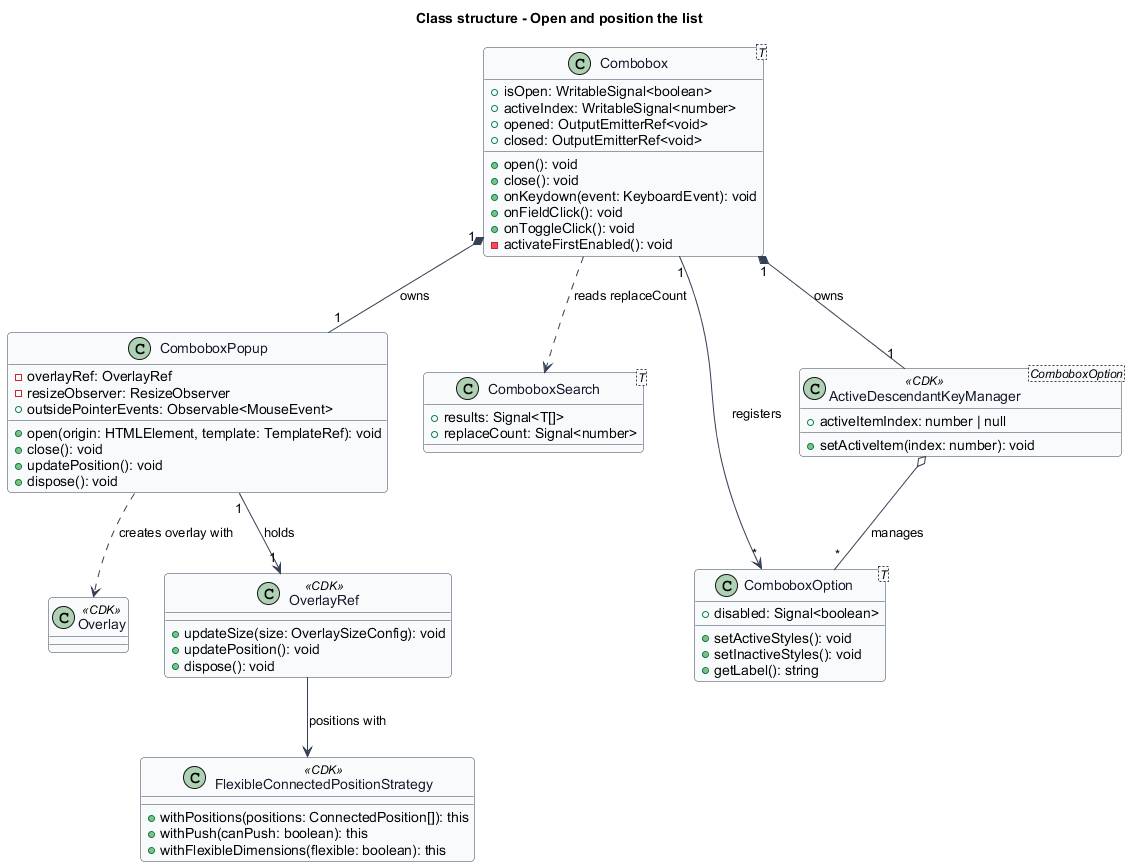
Before: docs/detailed-designs/combobox/open-and-position-list/diagrams/class-structure.png, a diagram exported from PlantUML (QuinntyneBrown/Tessera).
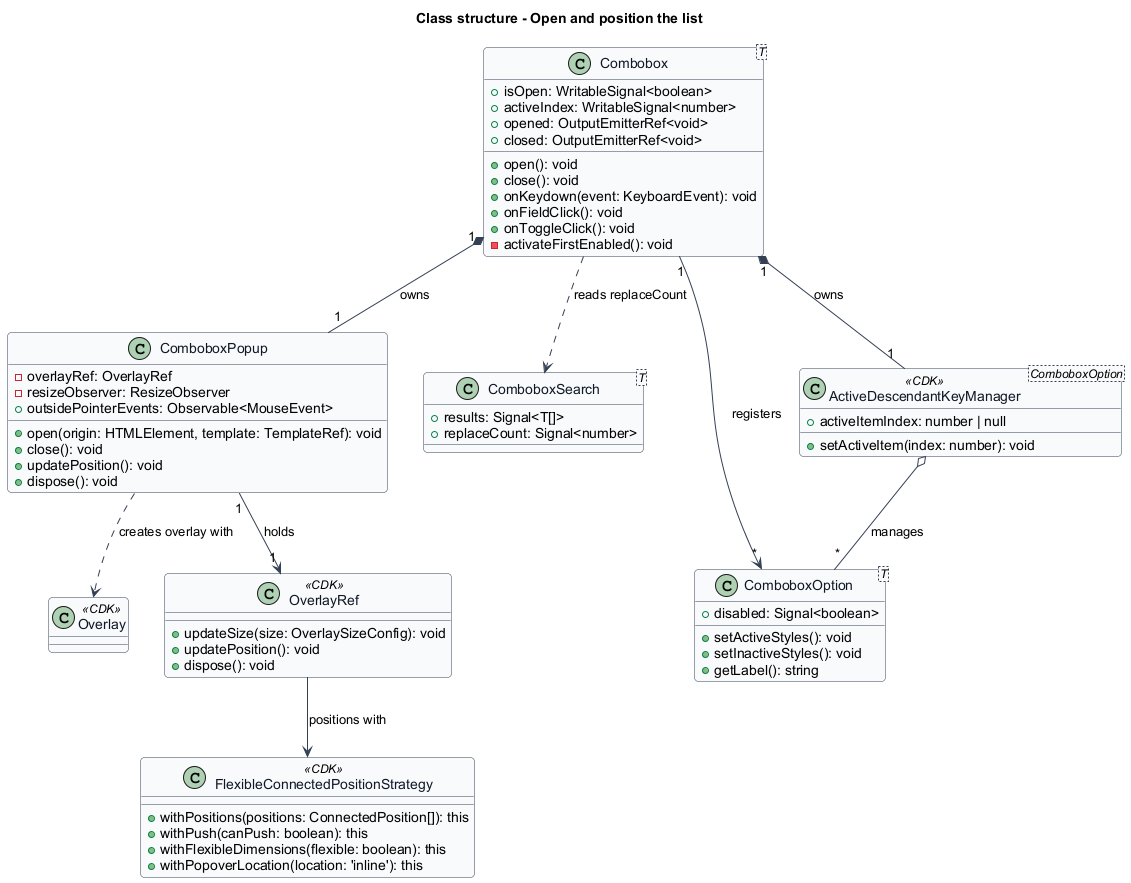
Later version of the same file.

Diff of the diagram source:
```diff
@@ -61,6 +61,7 @@
   +withPositions(positions: ConnectedPosition[]): this
   +withPush(canPush: boolean): this
   +withFlexibleDimensions(flexible: boolean): this
+  +withPopoverLocation(location: 'inline'): this
 }
 
 Combobox "1" *-- "1" ComboboxPopup : owns
```
